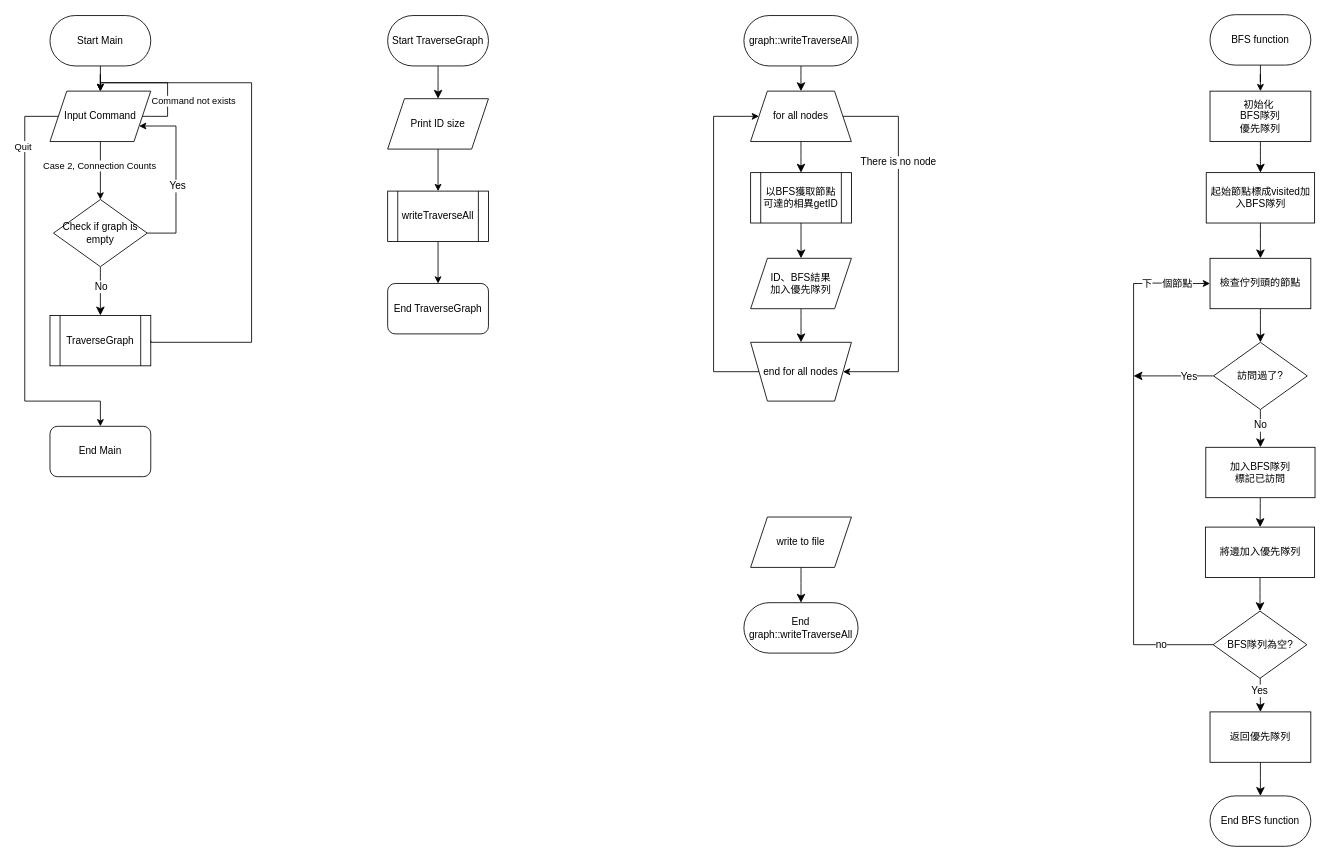
This is DS2ex4_17_11127137_11127150/DS2ex4.drawio from ja-errorpro/CYCS_DS, a draw.io file, before an edit. Source tidied: cells renumbered, new cells numbered last; positions are measured from the earlier drawing's top-left corner, leaving out a move shared by most shapes. Both pictures are drawn from the tidied source at 84%, with x=0, y=0 at pixel (24, 14).
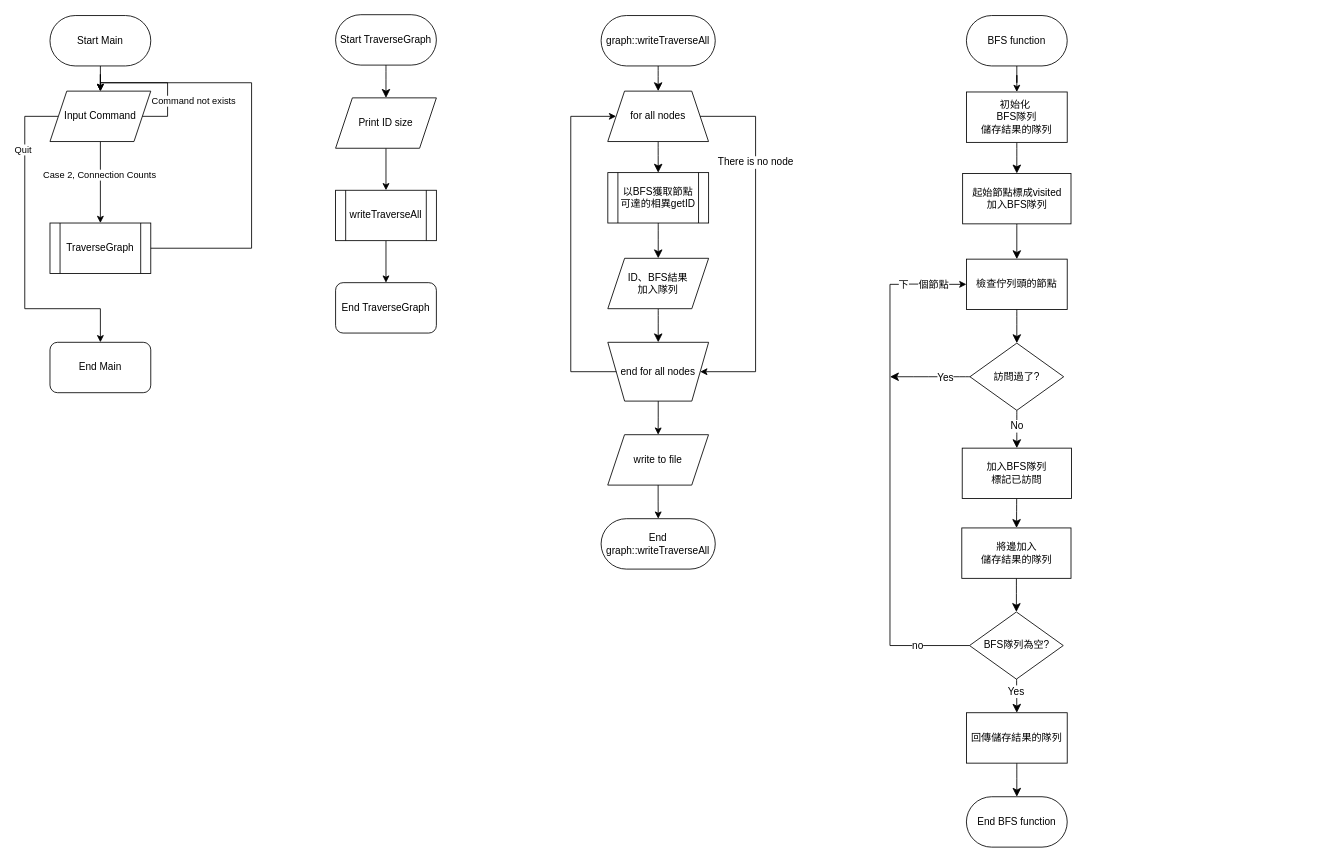
After the change.

The change refers to these unchanged cells:
```xml
<mxCell id="8" value="Input Command" style="shape=parallelogram;perimeter=parallelogramPerimeter;whiteSpace=wrap;html=1;fixedSize=1;" parent="1" vertex="1">
  <mxGeometry x="30" y="91" width="120" height="60" as="geometry" />
</mxCell>
```

The edit, as a diff of the source:
```diff
@@
-    <mxCell id="4" style="edgeStyle=orthogonalEdgeStyle;rounded=0;jettySize=auto;html=1;entryX=0.5;entryY=0;entryDx=0;entryDy=0;" parent="1" edge="1" source="8" target="40">
+    <mxCell id="4" style="edgeStyle=orthogonalEdgeStyle;rounded=0;jettySize=auto;html=1;entryX=0.5;entryY=0;entryDx=0;entryDy=0;" parent="1" edge="1" source="8" target="11">
       <mxGeometry relative="1" as="geometry" />
     </mxCell>
@@
     <mxCell id="6" style="edgeStyle=orthogonalEdgeStyle;rounded=0;jettySize=auto;html=1;entryX=0.5;entryY=0;entryDx=0;entryDy=0;" parent="1" edge="1" source="8" target="13">
       <mxGeometry relative="1" as="geometry">
         <Array as="points">
           <mxPoint y="121" />
-          <mxPoint y="460" />
-          <mxPoint x="90" y="460" />
+          <mxPoint y="350" />
+          <mxPoint x="90" y="350" />
         </Array>
       </mxGeometry>
     </mxCell>
     <mxCell id="7" value="Quit" style="edgeLabel;html=1;align=center;verticalAlign=middle;" parent="6" vertex="1">
-      <mxGeometry x="-0.7" y="-3" relative="1" as="geometry" />
+      <mxGeometry x="-0.7" y="-3" relative="1" as="geometry">
+        <mxPoint y="19" as="offset" />
+      </mxGeometry>
     </mxCell>
@@
     <mxCell id="11" value="TraverseGraph" style="shape=process;whiteSpace=wrap;html=1;backgroundOutline=1;" parent="1" vertex="1">
-      <mxGeometry x="30" y="358" width="120" height="60" as="geometry" />
+      <mxGeometry x="30" y="248" width="120" height="60" as="geometry" />
     </mxCell>
     <mxCell id="12" style="edgeStyle=orthogonalEdgeStyle;rounded=0;jettySize=auto;html=1;entryX=0.5;entryY=0;entryDx=0;entryDy=0;exitX=1;exitY=0.5;exitDx=0;exitDy=0;" parent="1" edge="1" source="11" target="8">
       <mxGeometry relative="1" as="geometry">
         <Array as="points">
-          <mxPoint x="150" y="390" />
-          <mxPoint x="270" y="390" />
+          <mxPoint x="270" y="278" />
           <mxPoint x="270" y="81" />
           <mxPoint x="90" y="81" />
         </Array>
       </mxGeometry>
     </mxCell>
     <mxCell id="13" value="End Main" style="rounded=1;whiteSpace=wrap;html=1;" parent="1" vertex="1">
-      <mxGeometry x="30" y="490" width="120" height="60" as="geometry" />
+      <mxGeometry x="30" y="390" width="120" height="60" as="geometry" />
     </mxCell>
@@
     <mxCell id="15" value="Start TraverseGraph" style="rounded=1;whiteSpace=wrap;html=1;arcSize=50;" parent="1" vertex="1">
-      <mxGeometry x="432" y="1" width="120" height="60" as="geometry" />
+      <mxGeometry x="370" width="120" height="60" as="geometry" />
     </mxCell>
@@
     <mxCell id="17" value="writeTraverseAll" style="shape=process;whiteSpace=wrap;html=1;backgroundOutline=1;" parent="1" vertex="1">
-      <mxGeometry x="432" y="210" width="120" height="60" as="geometry" />
+      <mxGeometry x="370" y="209" width="120" height="60" as="geometry" />
     </mxCell>
     <mxCell id="18" value="End TraverseGraph" style="rounded=1;whiteSpace=wrap;html=1;" parent="1" vertex="1">
-      <mxGeometry x="432" y="320" width="120" height="60" as="geometry" />
+      <mxGeometry x="370" y="319" width="120" height="60" as="geometry" />
     </mxCell>
@@
     <mxCell id="20" value="graph::writeTraverseAll" style="rounded=1;whiteSpace=wrap;html=1;arcSize=50;" parent="1" vertex="1">
-      <mxGeometry x="856.1" y="1" width="135.9" height="60" as="geometry" />
+      <mxGeometry x="686.1" y="1" width="135.9" height="60" as="geometry" />
     </mxCell>
@@
     <mxCell id="22" value="以BFS獲取&lt;span style=&quot;background-color: initial;&quot;&gt;節點可達的相異getID&lt;/span&gt;" style="shape=process;whiteSpace=wrap;html=1;backgroundOutline=1;" parent="1" vertex="1">
-      <mxGeometry x="864.1" y="188" width="120" height="60" as="geometry" />
+      <mxGeometry x="694.1" y="188" width="120" height="60" as="geometry" />
     </mxCell>
@@
     <mxCell id="24" value="BFS function" style="rounded=1;whiteSpace=wrap;html=1;arcSize=50;" parent="1" vertex="1">
-      <mxGeometry x="1411" width="120" height="60" as="geometry" />
+      <mxGeometry x="1121" y="1" width="120" height="60" as="geometry" />
     </mxCell>
@@
     <mxCell id="26" value="檢查佇列頭的節點" style="rounded=0;whiteSpace=wrap;html=1;" parent="1" vertex="1">
-      <mxGeometry x="1411" y="290" width="120" height="60" as="geometry" />
+      <mxGeometry x="1121" y="291" width="120" height="60" as="geometry" />
     </mxCell>
@@
     <mxCell id="28" value="加入BFS隊列&lt;div&gt;標記已訪問&lt;/div&gt;" style="rounded=0;whiteSpace=wrap;html=1;" parent="1" vertex="1">
-      <mxGeometry x="1406" y="515" width="130" height="60" as="geometry" />
+      <mxGeometry x="1116" y="516" width="130" height="60" as="geometry" />
     </mxCell>
@@
     <mxCell id="31" value="BFS隊列為空?" style="rhombus;whiteSpace=wrap;html=1;" parent="1" vertex="1">
-      <mxGeometry x="1414.7" y="710" width="111.6" height="80" as="geometry" />
+      <mxGeometry x="1124.7" y="711" width="111.6" height="80" as="geometry" />
     </mxCell>
     <mxCell id="32" style="edgeStyle=orthogonalEdgeStyle;rounded=0;jettySize=auto;html=1;entryX=0;entryY=0.5;entryDx=0;entryDy=0;exitX=0;exitY=0.5;exitDx=0;exitDy=0;" parent="1" edge="1" source="31" target="26">
       <mxGeometry relative="1" as="geometry">
         <Array as="points">
-          <mxPoint x="1320" y="750" />
-          <mxPoint x="1320" y="320" />
+          <mxPoint x="1030" y="751" />
+          <mxPoint x="1030" y="321" />
         </Array>
       </mxGeometry>
     </mxCell>
@@
     <mxCell id="35" value="End BFS function" style="rounded=1;whiteSpace=wrap;html=1;arcSize=50;" parent="1" vertex="1">
-      <mxGeometry x="1411" y="930" width="120" height="60" as="geometry" />
+      <mxGeometry x="1121" y="931" width="120" height="60" as="geometry" />
     </mxCell>
@@
-    <mxCell id="37" value="初始化&amp;nbsp;&lt;div&gt;&lt;span style=&quot;background-color: initial;&quot;&gt;BFS隊列&lt;/span&gt;&lt;div&gt;&lt;span style=&quot;background-color: initial;&quot;&gt;優先隊列&lt;/span&gt;&lt;/div&gt;&lt;/div&gt;" style="rounded=0;whiteSpace=wrap;html=1;" parent="1" vertex="1">
-      <mxGeometry x="1411" y="91" width="120" height="60" as="geometry" />
+    <mxCell id="37" value="初始化&amp;nbsp;&lt;div&gt;&lt;span style=&quot;background-color: initial;&quot;&gt;BFS隊列&lt;/span&gt;&lt;div&gt;&lt;span style=&quot;background-color: initial;&quot;&gt;儲存結果的隊列&lt;/span&gt;&lt;/div&gt;&lt;/div&gt;" style="rounded=0;whiteSpace=wrap;html=1;" parent="1" vertex="1">
+      <mxGeometry x="1121" y="92" width="120" height="60" as="geometry" />
     </mxCell>
-    <mxCell id="38" style="edgeStyle=none;curved=1;rounded=0;jettySize=auto;html=1;exitX=0.5;exitY=1;exitDx=0;exitDy=0;entryX=0.5;entryY=0;entryDx=0;entryDy=0;fontSize=12;startSize=8;endSize=8;" parent="1" edge="1" source="40" target="11">
-      <mxGeometry relative="1" as="geometry" />
-    </mxCell>
-    <mxCell id="39" value="No" style="edgeLabel;html=1;align=center;verticalAlign=middle;fontSize=12;" parent="38" vertex="1">
-      <mxGeometry x="-0.16" y="-3" relative="1" as="geometry">
-        <mxPoint x="3" y="-1" as="offset" />
-      </mxGeometry>
-    </mxCell>
-    <mxCell id="40" value="Check if graph is empty" style="rhombus;whiteSpace=wrap;html=1;" parent="1" vertex="1">
-      <mxGeometry x="34.2" y="220" width="111.6" height="80" as="geometry" />
-    </mxCell>
-    <mxCell id="41" style="edgeStyle=orthogonalEdgeStyle;rounded=0;jettySize=auto;html=1;entryX=1;entryY=0.75;entryDx=0;entryDy=0;exitX=1;exitY=0.5;exitDx=0;exitDy=0;" parent="1" edge="1" source="40" target="8">
-      <mxGeometry relative="1" as="geometry">
-        <Array as="points">
-          <mxPoint x="180" y="260" />
-          <mxPoint x="180" y="133" />
-        </Array>
-      </mxGeometry>
-    </mxCell>
-    <mxCell id="42" value="Yes" style="edgeLabel;html=1;align=center;verticalAlign=middle;fontSize=12;" parent="41" vertex="1">
-      <mxGeometry x="-0.11" y="-1" relative="1" as="geometry" />
-    </mxCell>
@@
     <mxCell id="44" value="Print ID size" style="shape=parallelogram;perimeter=parallelogramPerimeter;whiteSpace=wrap;html=1;fixedSize=1;" parent="1" vertex="1">
-      <mxGeometry x="432" y="100" width="120" height="60" as="geometry" />
+      <mxGeometry x="370" y="99" width="120" height="60" as="geometry" />
     </mxCell>
@@
     <mxCell id="46" value="for all nodes" style="shape=trapezoid;perimeter=trapezoidPerimeter;whiteSpace=wrap;html=1;fixedSize=1;" parent="1" vertex="1">
-      <mxGeometry x="864" y="91" width="120" height="60" as="geometry" />
+      <mxGeometry x="694" y="91" width="120" height="60" as="geometry" />
     </mxCell>
-    <mxCell id="47" style="edgeStyle=none;curved=1;rounded=0;jettySize=auto;html=1;fontSize=12;startSize=8;endSize=8;" parent="1" edge="1" source="48">
-      <mxGeometry relative="1" as="geometry" />
-    </mxCell>
+    <mxCell id="69" style="edgeStyle=orthogonalEdgeStyle;rounded=0;jettySize=auto;html=1;" parent="1" edge="1" source="48" target="57">
+      <mxGeometry relative="1" as="geometry" />
+    </mxCell>
     <mxCell id="48" value="end for all nodes" style="shape=trapezoid;perimeter=trapezoidPerimeter;whiteSpace=wrap;fixedSize=1;rotation=0;verticalAlign=middle;horizontal=1;html=1;flipV=1;" parent="1" vertex="1">
-      <mxGeometry x="864.1" y="390" width="120" height="70" as="geometry" />
+      <mxGeometry x="694.1" y="390" width="120" height="70" as="geometry" />
     </mxCell>
     <mxCell id="49" value="End graph::writeTraverseAll" style="rounded=1;whiteSpace=wrap;html=1;arcSize=50;" parent="1" vertex="1">
-      <mxGeometry x="856.1" y="700" width="135.9" height="60" as="geometry" />
+      <mxGeometry x="686.1" y="600" width="135.9" height="60" as="geometry" />
     </mxCell>
     <mxCell id="50" style="edgeStyle=orthogonalEdgeStyle;rounded=0;jettySize=auto;html=1;entryX=0;entryY=0.5;entryDx=0;entryDy=0;exitX=0;exitY=0.5;exitDx=0;exitDy=0;" parent="1" edge="1" source="48" target="46">
       <mxGeometry relative="1" as="geometry">
         <Array as="points">
-          <mxPoint x="820" y="425" />
-          <mxPoint x="820" y="121" />
+          <mxPoint x="650" y="425" />
+          <mxPoint x="650" y="121" />
         </Array>
       </mxGeometry>
     </mxCell>
     <mxCell id="51" style="edgeStyle=orthogonalEdgeStyle;rounded=0;jettySize=auto;html=1;entryX=1;entryY=0.5;entryDx=0;entryDy=0;exitX=1;exitY=0.5;exitDx=0;exitDy=0;" parent="1" edge="1" source="46" target="48">
       <mxGeometry relative="1" as="geometry">
         <Array as="points">
-          <mxPoint x="1040" y="121" />
-          <mxPoint x="1040" y="425" />
+          <mxPoint x="870" y="121" />
+          <mxPoint x="870" y="425" />
         </Array>
       </mxGeometry>
     </mxCell>
@@
-    <mxCell id="54" value="&lt;div&gt;ID、BFS結果&lt;/div&gt;加入優先隊列" style="shape=parallelogram;perimeter=parallelogramPerimeter;whiteSpace=wrap;html=1;fixedSize=1;" parent="1" vertex="1">
-      <mxGeometry x="864.1" y="290" width="120" height="60" as="geometry" />
+    <mxCell id="54" value="&lt;div&gt;ID、BFS結果&lt;/div&gt;加入隊列" style="shape=parallelogram;perimeter=parallelogramPerimeter;whiteSpace=wrap;html=1;fixedSize=1;" parent="1" vertex="1">
+      <mxGeometry x="694.1" y="290" width="120" height="60" as="geometry" />
     </mxCell>
-    <mxCell id="55" style="edgeStyle=none;curved=1;rounded=0;jettySize=auto;html=1;fontSize=12;startSize=8;endSize=8;" parent="1" edge="1" target="57">
-      <mxGeometry relative="1" as="geometry" />
-    </mxCell>
-    <mxCell id="56" style="edgeStyle=none;curved=1;rounded=0;jettySize=auto;html=1;fontSize=12;startSize=8;endSize=8;" parent="1" edge="1" source="57" target="49">
+    <mxCell id="56" style="edgeStyle=orthogonalEdgeStyle;rounded=0;jettySize=auto;html=1;" parent="1" edge="1" source="57" target="49">
       <mxGeometry relative="1" as="geometry" />
     </mxCell>
     <mxCell id="57" value="write to file" style="shape=parallelogram;perimeter=parallelogramPerimeter;whiteSpace=wrap;html=1;fixedSize=1;" parent="1" vertex="1">
-      <mxGeometry x="864.1" y="598" width="120" height="60" as="geometry" />
+      <mxGeometry x="694" y="500" width="120" height="60" as="geometry" />
     </mxCell>
@@
-    <mxCell id="59" value="起始節點標成visited加入&lt;span style=&quot;background-color: initial;&quot;&gt;BFS隊列&lt;/span&gt;" style="rounded=0;whiteSpace=wrap;html=1;" parent="1" vertex="1">
-      <mxGeometry x="1406.5" y="188" width="129" height="60" as="geometry" />
+    <mxCell id="59" value="起始節點標成visited&lt;div&gt;加入&lt;span style=&quot;background-color: initial;&quot;&gt;BFS隊列&lt;/span&gt;&lt;/div&gt;" style="rounded=0;whiteSpace=wrap;html=1;" parent="1" vertex="1">
+      <mxGeometry x="1116.5" y="189" width="129" height="60" as="geometry" />
     </mxCell>
@@
-    <mxCell id="61" value="返回優先隊列" style="rounded=0;whiteSpace=wrap;html=1;" parent="1" vertex="1">
-      <mxGeometry x="1411" y="830" width="120" height="60" as="geometry" />
+    <mxCell id="61" value="回傳儲存結果的隊列" style="rounded=0;whiteSpace=wrap;html=1;" parent="1" vertex="1">
+      <mxGeometry x="1121" y="831" width="120" height="60" as="geometry" />
     </mxCell>
@@
     <mxCell id="64" style="edgeStyle=none;curved=1;rounded=0;jettySize=auto;html=1;exitX=0;exitY=0.5;exitDx=0;exitDy=0;fontSize=12;startSize=8;endSize=8;" parent="1" edge="1" source="66">
       <mxGeometry relative="1" as="geometry">
-        <mxPoint x="1320" y="430" as="targetPoint" />
+        <mxPoint x="1030" y="431" as="targetPoint" />
       </mxGeometry>
     </mxCell>
@@
     <mxCell id="66" value="訪問過了?" style="rhombus;whiteSpace=wrap;html=1;" parent="1" vertex="1">
-      <mxGeometry x="1415.2" y="390" width="111.6" height="80" as="geometry" />
+      <mxGeometry x="1125.2" y="391" width="111.6" height="80" as="geometry" />
     </mxCell>
@@
-    <mxCell id="68" value="將邊加入優先隊列" style="rounded=0;whiteSpace=wrap;html=1;" parent="1" vertex="1">
-      <mxGeometry x="1405.5" y="610" width="130" height="60" as="geometry" />
+    <mxCell id="68" value="將邊加入&lt;div&gt;儲存結果的隊列&lt;/div&gt;" style="rounded=0;whiteSpace=wrap;html=1;" parent="1" vertex="1">
+      <mxGeometry x="1115.5" y="611" width="130" height="60" as="geometry" />
     </mxCell>
```
